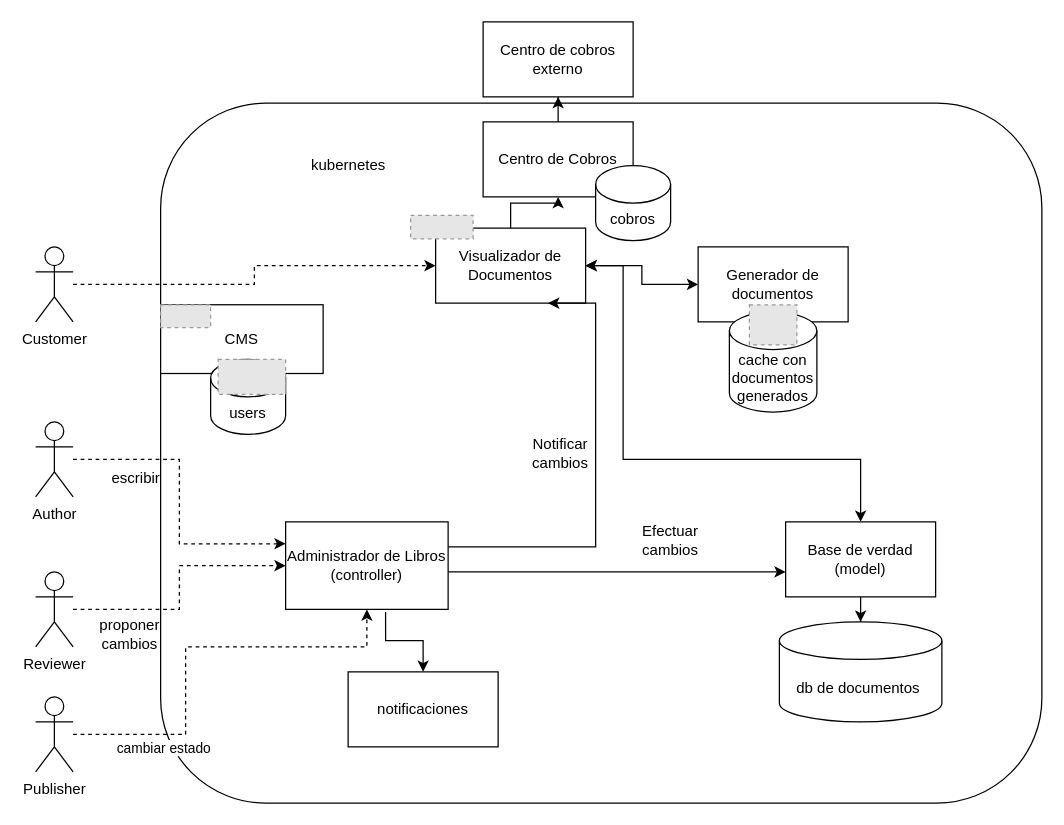
Above: page "General" (1 of 3) of jhonathan.drawio in segurajhona/arqui-katas (draw.io), before the change. Source tidied: cells renumbered, new cells numbered last; positions are measured from the earlier drawing's top-left corner, leaving out a move shared by most shapes. Both pictures are drawn from the tidied source at 125%, with x=0, y=0 at pixel (35, 21). Pictures stored in the file or linked from it are replaced by grey dashed boxes.
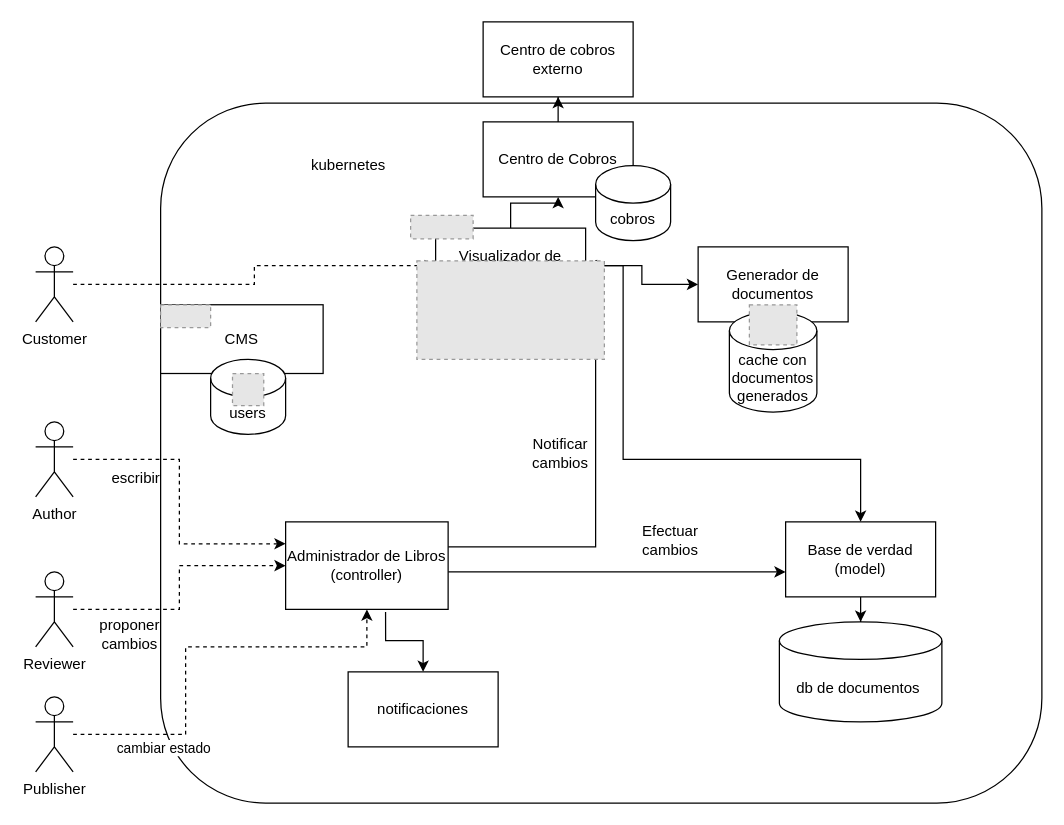
The same diagram, later.

The edit, as a diff of the source:
```diff
@@
-    <mxCell id="38" style="fillColor=#E6E6E6;strokeColor=#999999;dashed=1;verticalLabelPosition=bottom;labelBackgroundColor=default;verticalAlign=top;" parent="1" vertex="1">
-      <mxGeometry x="146" y="270" width="54" height="27.9" as="geometry" />
-    </mxCell>
@@
+    <mxCell id="41" style="fillColor=#E6E6E6;strokeColor=#999999;dashed=1;verticalLabelPosition=bottom;labelBackgroundColor=#ffffff;verticalAlign=top;" parent="1" vertex="1">
+      <mxGeometry x="157.5" y="281.3" width="25" height="25.8" as="geometry" />
+    </mxCell>
+    <mxCell id="42" style="fillColor=#E6E6E6;strokeColor=#999999;dashed=1;verticalLabelPosition=bottom;labelBackgroundColor=#ffffff;verticalAlign=top;" parent="1" vertex="1">
+      <mxGeometry x="305" y="191.2" width="150" height="78.8" as="geometry" />
+    </mxCell>
```
